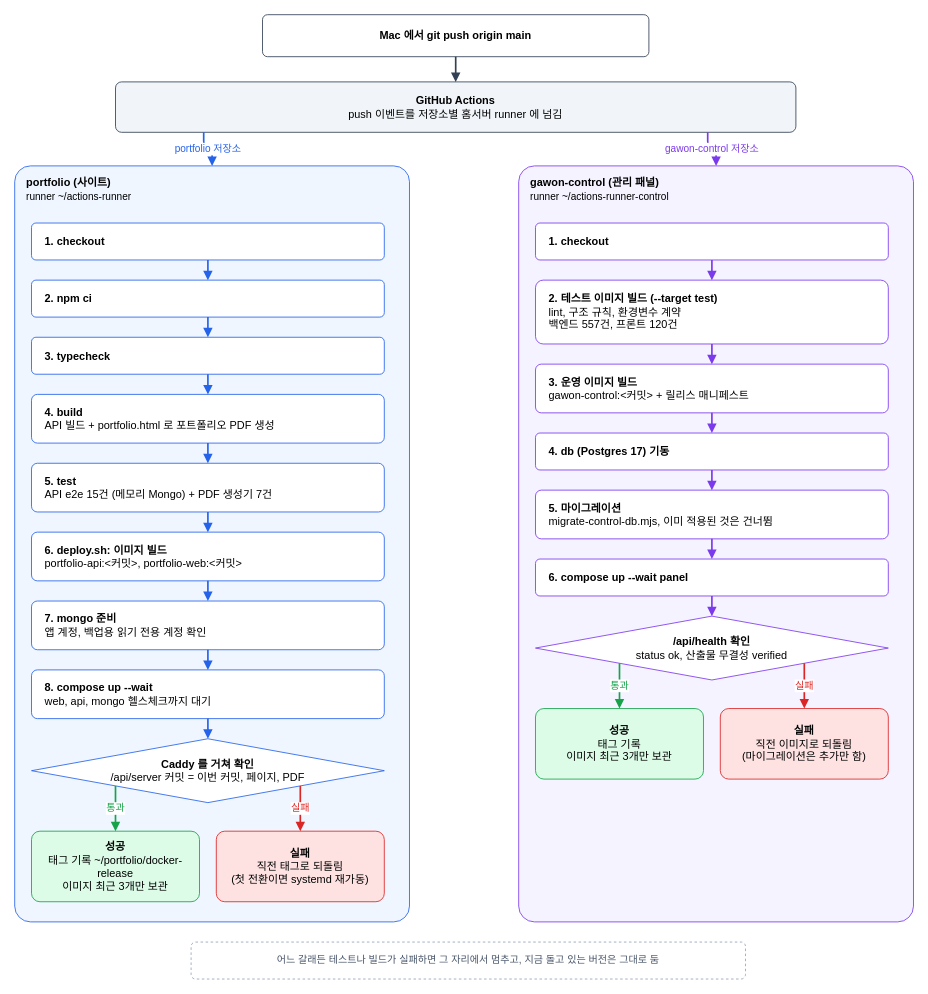
Earlier version of the draw.io diagram docs/diagrams/deploy-pipeline.drawio (wongakim-99/portfolio). Source tidied: cells renumbered, new cells numbered last; positions are measured from the earlier drawing's top-left corner, leaving out a move shared by most shapes. Both pictures are drawn from the tidied source at 84%, with x=0, y=0 at pixel (14, 14).
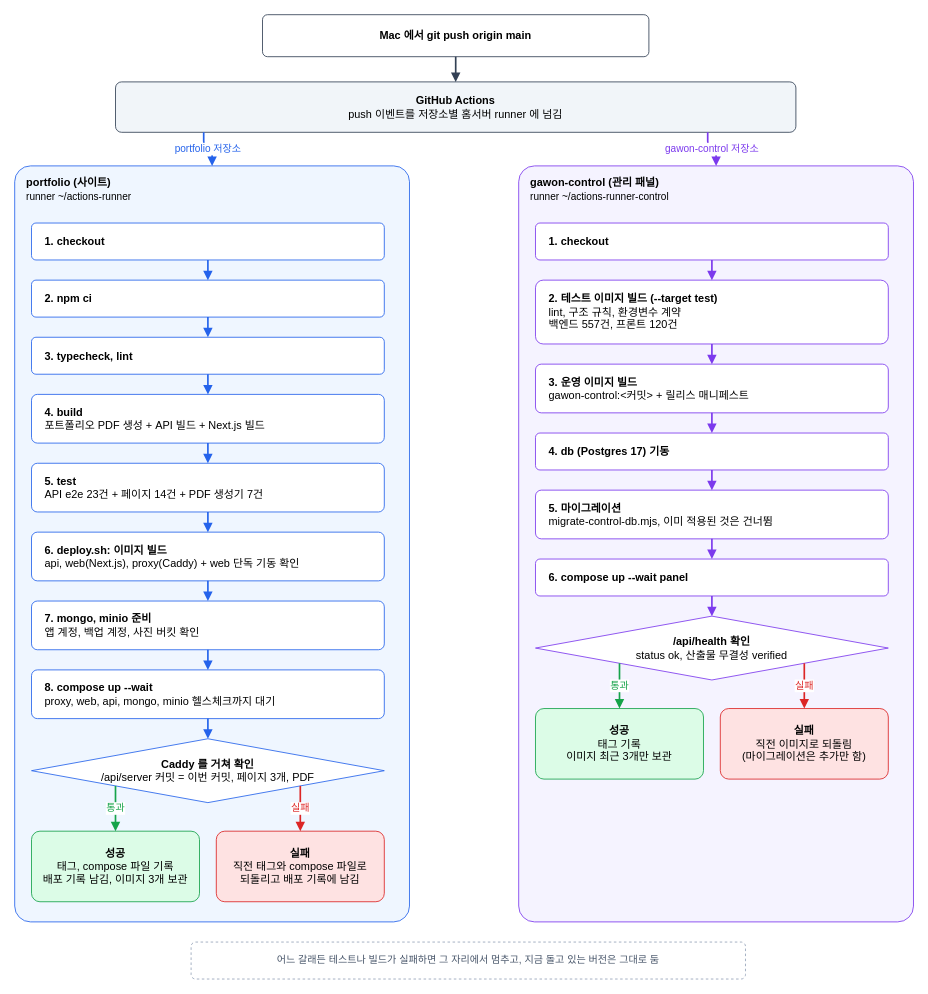
The same diagram, later.

What changed in the source:
```diff
@@
-    <mxCell id="8" value="&lt;b&gt;3. typecheck&lt;/b&gt;" style="rounded=1;whiteSpace=wrap;html=1;arcSize=12;fillColor=#FFFFFF;strokeColor=#2563EB;fontFamily=Apple SD Gothic Neo;fontSize=13;align=left;spacingLeft=14;" parent="1" vertex="1">
+    <mxCell id="8" value="&lt;b&gt;3. typecheck, lint&lt;/b&gt;" style="rounded=1;whiteSpace=wrap;html=1;arcSize=12;fillColor=#FFFFFF;strokeColor=#2563EB;fontFamily=Apple SD Gothic Neo;fontSize=13;align=left;spacingLeft=14;" parent="1" vertex="1">
       <mxGeometry x="20" y="384" width="420" height="44" as="geometry" />
     </mxCell>
-    <mxCell id="9" value="&lt;b&gt;4. build&lt;/b&gt;&lt;br&gt;API 빌드 + portfolio.html 로 포트폴리오 PDF 생성" style="rounded=1;whiteSpace=wrap;html=1;arcSize=12;fillColor=#FFFFFF;strokeColor=#2563EB;fontFamily=Apple SD Gothic Neo;fontSize=13;align=left;spacingLeft=14;" parent="1" vertex="1">
+    <mxCell id="9" value="&lt;b&gt;4. build&lt;/b&gt;&lt;br&gt;포트폴리오 PDF 생성 + API 빌드 + Next.js 빌드" style="rounded=1;whiteSpace=wrap;html=1;arcSize=12;fillColor=#FFFFFF;strokeColor=#2563EB;fontFamily=Apple SD Gothic Neo;fontSize=13;align=left;spacingLeft=14;" parent="1" vertex="1">
       <mxGeometry x="20" y="452" width="420" height="58" as="geometry" />
     </mxCell>
-    <mxCell id="10" value="&lt;b&gt;5. test&lt;/b&gt;&lt;br&gt;API e2e 15건 (메모리 Mongo) + PDF 생성기 7건" style="rounded=1;whiteSpace=wrap;html=1;arcSize=12;fillColor=#FFFFFF;strokeColor=#2563EB;fontFamily=Apple SD Gothic Neo;fontSize=13;align=left;spacingLeft=14;" parent="1" vertex="1">
+    <mxCell id="10" value="&lt;b&gt;5. test&lt;/b&gt;&lt;br&gt;API e2e 23건 + 페이지 14건 + PDF 생성기 7건" style="rounded=1;whiteSpace=wrap;html=1;arcSize=12;fillColor=#FFFFFF;strokeColor=#2563EB;fontFamily=Apple SD Gothic Neo;fontSize=13;align=left;spacingLeft=14;" parent="1" vertex="1">
       <mxGeometry x="20" y="534" width="420" height="58" as="geometry" />
     </mxCell>
-    <mxCell id="11" value="&lt;b&gt;6. deploy.sh: 이미지 빌드&lt;/b&gt;&lt;br&gt;portfolio-api:&amp;lt;커밋&amp;gt;, portfolio-web:&amp;lt;커밋&amp;gt;" style="rounded=1;whiteSpace=wrap;html=1;arcSize=12;fillColor=#FFFFFF;strokeColor=#2563EB;fontFamily=Apple SD Gothic Neo;fontSize=13;align=left;spacingLeft=14;" parent="1" vertex="1">
+    <mxCell id="11" value="&lt;b&gt;6. deploy.sh: 이미지 빌드&lt;/b&gt;&lt;br&gt;api, web(Next.js), proxy(Caddy) + web 단독 기동 확인" style="rounded=1;whiteSpace=wrap;html=1;arcSize=12;fillColor=#FFFFFF;strokeColor=#2563EB;fontFamily=Apple SD Gothic Neo;fontSize=13;align=left;spacingLeft=14;" parent="1" vertex="1">
       <mxGeometry x="20" y="616" width="420" height="58" as="geometry" />
     </mxCell>
-    <mxCell id="12" value="&lt;b&gt;7. mongo 준비&lt;/b&gt;&lt;br&gt;앱 계정, 백업용 읽기 전용 계정 확인" style="rounded=1;whiteSpace=wrap;html=1;arcSize=12;fillColor=#FFFFFF;strokeColor=#2563EB;fontFamily=Apple SD Gothic Neo;fontSize=13;align=left;spacingLeft=14;" parent="1" vertex="1">
+    <mxCell id="12" value="&lt;b&gt;7. mongo, minio 준비&lt;/b&gt;&lt;br&gt;앱 계정, 백업 계정, 사진 버킷 확인" style="rounded=1;whiteSpace=wrap;html=1;arcSize=12;fillColor=#FFFFFF;strokeColor=#2563EB;fontFamily=Apple SD Gothic Neo;fontSize=13;align=left;spacingLeft=14;" parent="1" vertex="1">
       <mxGeometry x="20" y="698" width="420" height="58" as="geometry" />
     </mxCell>
-    <mxCell id="13" value="&lt;b&gt;8. compose up --wait&lt;/b&gt;&lt;br&gt;web, api, mongo 헬스체크까지 대기" style="rounded=1;whiteSpace=wrap;html=1;arcSize=12;fillColor=#FFFFFF;strokeColor=#2563EB;fontFamily=Apple SD Gothic Neo;fontSize=13;align=left;spacingLeft=14;" parent="1" vertex="1">
+    <mxCell id="13" value="&lt;b&gt;8. compose up --wait&lt;/b&gt;&lt;br&gt;proxy, web, api, mongo, minio 헬스체크까지 대기" style="rounded=1;whiteSpace=wrap;html=1;arcSize=12;fillColor=#FFFFFF;strokeColor=#2563EB;fontFamily=Apple SD Gothic Neo;fontSize=13;align=left;spacingLeft=14;" parent="1" vertex="1">
       <mxGeometry x="20" y="780" width="420" height="58" as="geometry" />
     </mxCell>
@@
-    <mxCell id="21" value="&lt;b&gt;Caddy 를 거쳐 확인&lt;/b&gt;&lt;br&gt;/api/server 커밋 = 이번 커밋, 페이지, PDF" style="rhombus;whiteSpace=wrap;html=1;fillColor=#FFFFFF;strokeColor=#2563EB;fontFamily=Apple SD Gothic Neo;fontSize=13;" parent="1" vertex="1">
+    <mxCell id="21" value="&lt;b&gt;Caddy 를 거쳐 확인&lt;/b&gt;&lt;br&gt;/api/server 커밋 = 이번 커밋, 페이지 3개, PDF" style="rhombus;whiteSpace=wrap;html=1;fillColor=#FFFFFF;strokeColor=#2563EB;fontFamily=Apple SD Gothic Neo;fontSize=13;" parent="1" vertex="1">
       <mxGeometry x="20" y="862" width="420" height="76" as="geometry" />
     </mxCell>
@@
-    <mxCell id="23" value="&lt;b&gt;성공&lt;/b&gt;&lt;br&gt;태그 기록 ~/portfolio/docker-release&lt;br&gt;이미지 최근 3개만 보관" style="rounded=1;whiteSpace=wrap;html=1;arcSize=12;fillColor=#DCFCE7;strokeColor=#16A34A;fontFamily=Apple SD Gothic Neo;fontSize=13;" parent="1" vertex="1">
+    <mxCell id="23" value="&lt;b&gt;성공&lt;/b&gt;&lt;br&gt;태그, compose 파일 기록&lt;br&gt;배포 기록 남김, 이미지 3개 보관" style="rounded=1;whiteSpace=wrap;html=1;arcSize=12;fillColor=#DCFCE7;strokeColor=#16A34A;fontFamily=Apple SD Gothic Neo;fontSize=13;" parent="1" vertex="1">
       <mxGeometry x="20" y="972" width="200" height="84" as="geometry" />
     </mxCell>
-    <mxCell id="24" value="&lt;b&gt;실패&lt;/b&gt;&lt;br&gt;직전 태그로 되돌림&lt;br&gt;(첫 전환이면 systemd 재가동)" style="rounded=1;whiteSpace=wrap;html=1;arcSize=12;fillColor=#FEE2E2;strokeColor=#DC2626;fontFamily=Apple SD Gothic Neo;fontSize=13;" parent="1" vertex="1">
+    <mxCell id="24" value="&lt;b&gt;실패&lt;/b&gt;&lt;br&gt;직전 태그와 compose 파일로&lt;br&gt;되돌리고 배포 기록에 남김" style="rounded=1;whiteSpace=wrap;html=1;arcSize=12;fillColor=#FEE2E2;strokeColor=#DC2626;fontFamily=Apple SD Gothic Neo;fontSize=13;" parent="1" vertex="1">
       <mxGeometry x="240" y="972" width="200" height="84" as="geometry" />
     </mxCell>
```
